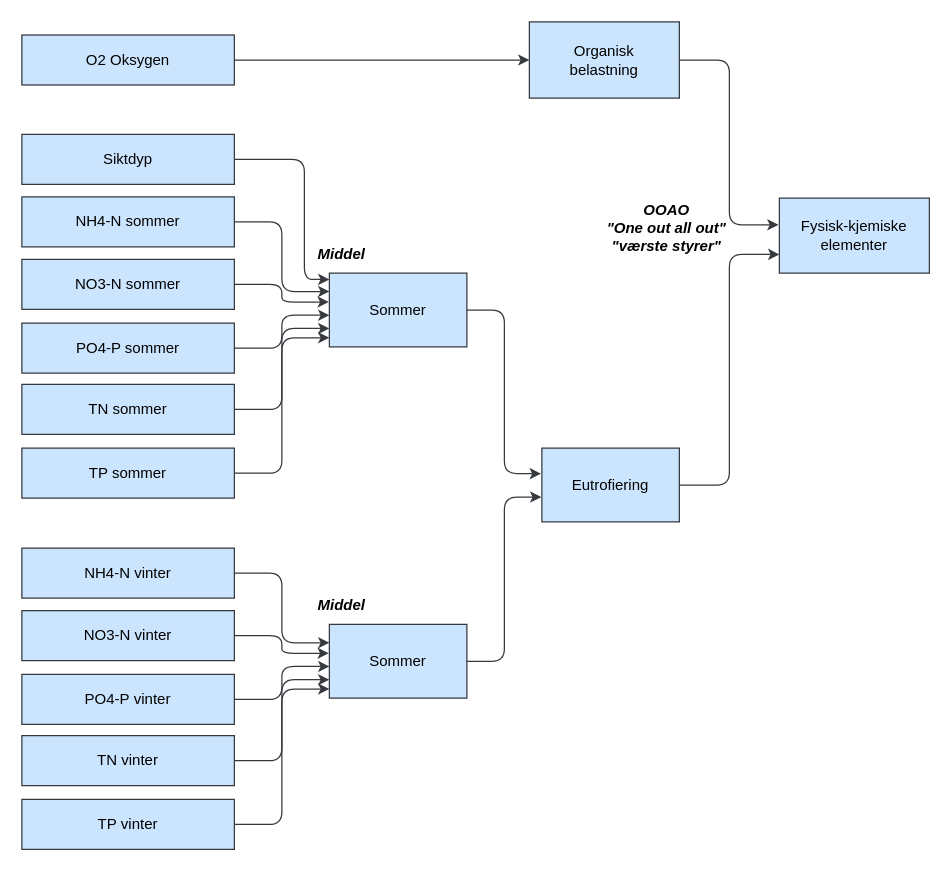
Above: martini.drawio in ciaran-dk/flowchart (draw.io), before the change. Source tidied: cells renumbered, new cells numbered last; positions are measured from the earlier drawing's top-left corner, leaving out a move shared by most shapes. Both pictures are drawn from the tidied source at 125%, with x=0, y=0 at pixel (21, 21).
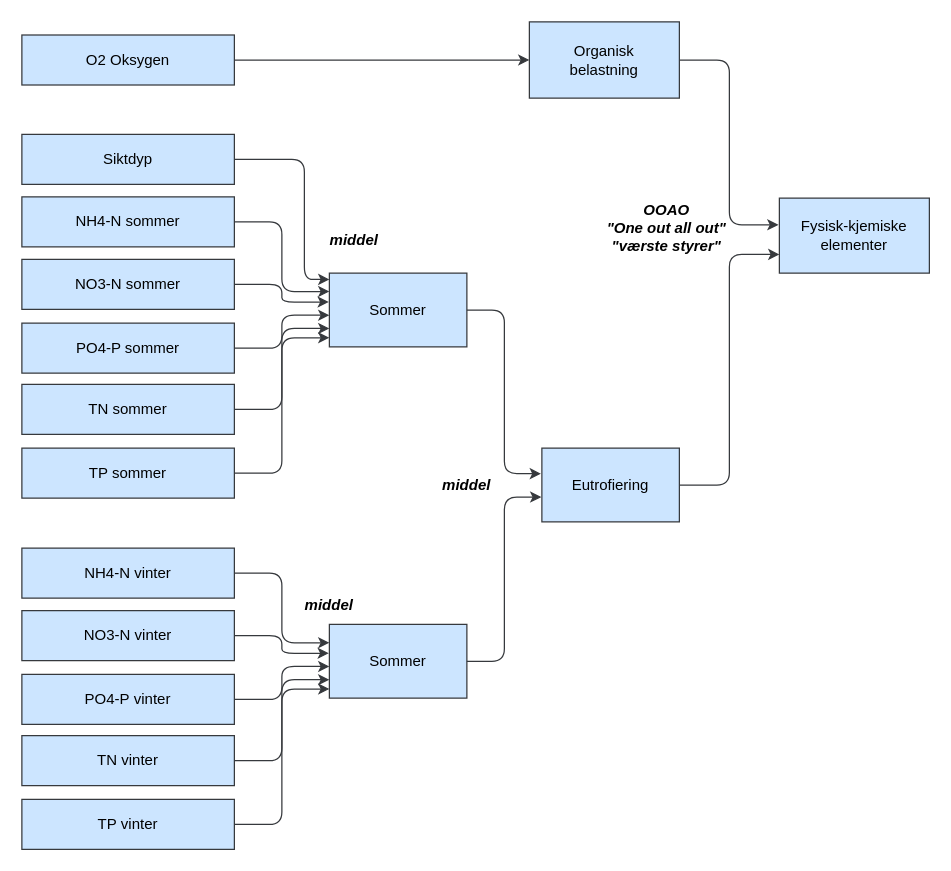
After the change.

The edit, as a diff of the source:
```diff
@@
-    <mxCell id="16" value="Middel" style="text;html=1;align=center;verticalAlign=middle;whiteSpace=wrap;rounded=0;fontColor=#000000;fontStyle=3;" parent="1" vertex="1">
-      <mxGeometry x="226" y="171" width="60" height="30" as="geometry" />
-    </mxCell>
@@
-    <mxCell id="30" value="Middel" style="text;html=1;align=center;verticalAlign=middle;whiteSpace=wrap;rounded=0;fontColor=#000000;fontStyle=3;" parent="1" vertex="1">
-      <mxGeometry x="226" y="452" width="60" height="30" as="geometry" />
-    </mxCell>
@@
+    <mxCell id="38" value="middel" style="text;html=1;align=center;verticalAlign=middle;whiteSpace=wrap;rounded=0;fontColor=#000000;fontStyle=3;" parent="1" vertex="1">
+      <mxGeometry x="326" y="355.5" width="60" height="30" as="geometry" />
+    </mxCell>
+    <mxCell id="39" value="middel" style="text;html=1;align=center;verticalAlign=middle;whiteSpace=wrap;rounded=0;fontColor=#000000;fontStyle=3;" parent="1" vertex="1">
+      <mxGeometry x="216" y="452" width="60" height="30" as="geometry" />
+    </mxCell>
+    <mxCell id="40" value="middel" style="text;html=1;align=center;verticalAlign=middle;whiteSpace=wrap;rounded=0;fontColor=#000000;fontStyle=3;" parent="1" vertex="1">
+      <mxGeometry x="236" y="160" width="60" height="30" as="geometry" />
+    </mxCell>
```
